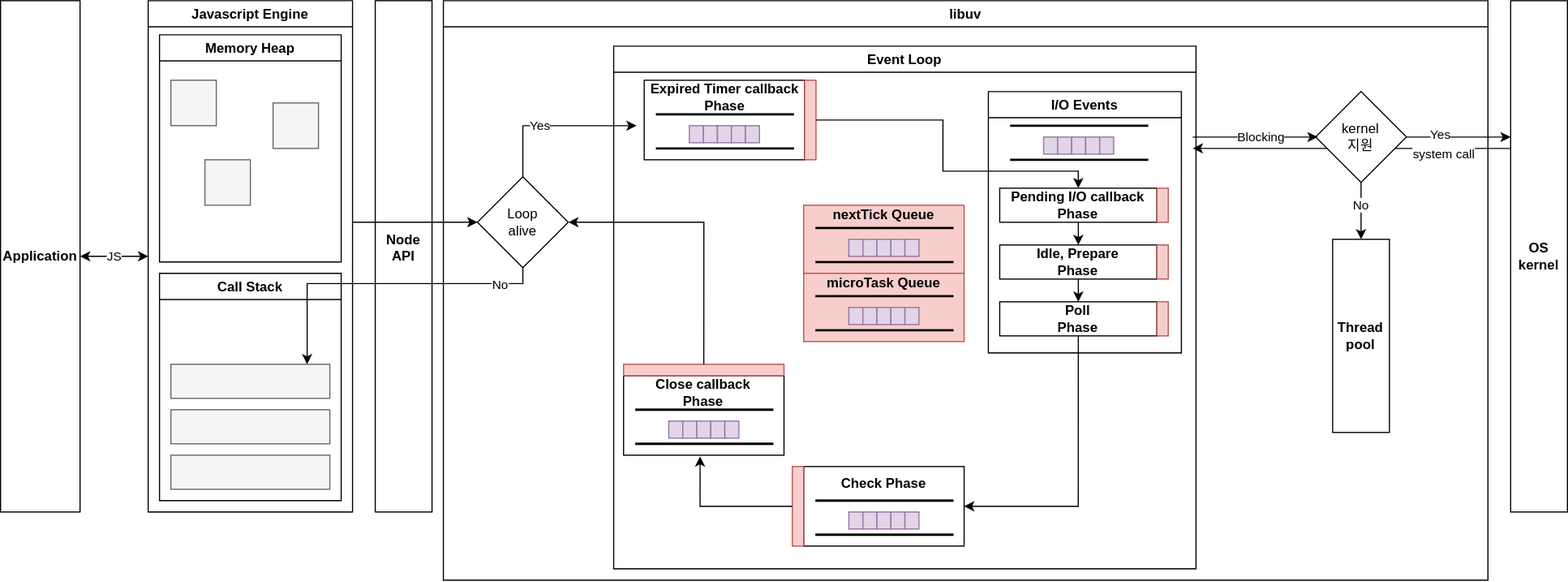
Before: 08/yongki/assets/node.drawio.svg, a diagram exported from draw.io (cs-study-org/cs-study). Source tidied: cells renumbered, new cells last; positions are measured from the earlier drawing's top-left corner, leaving out a move shared by most shapes.
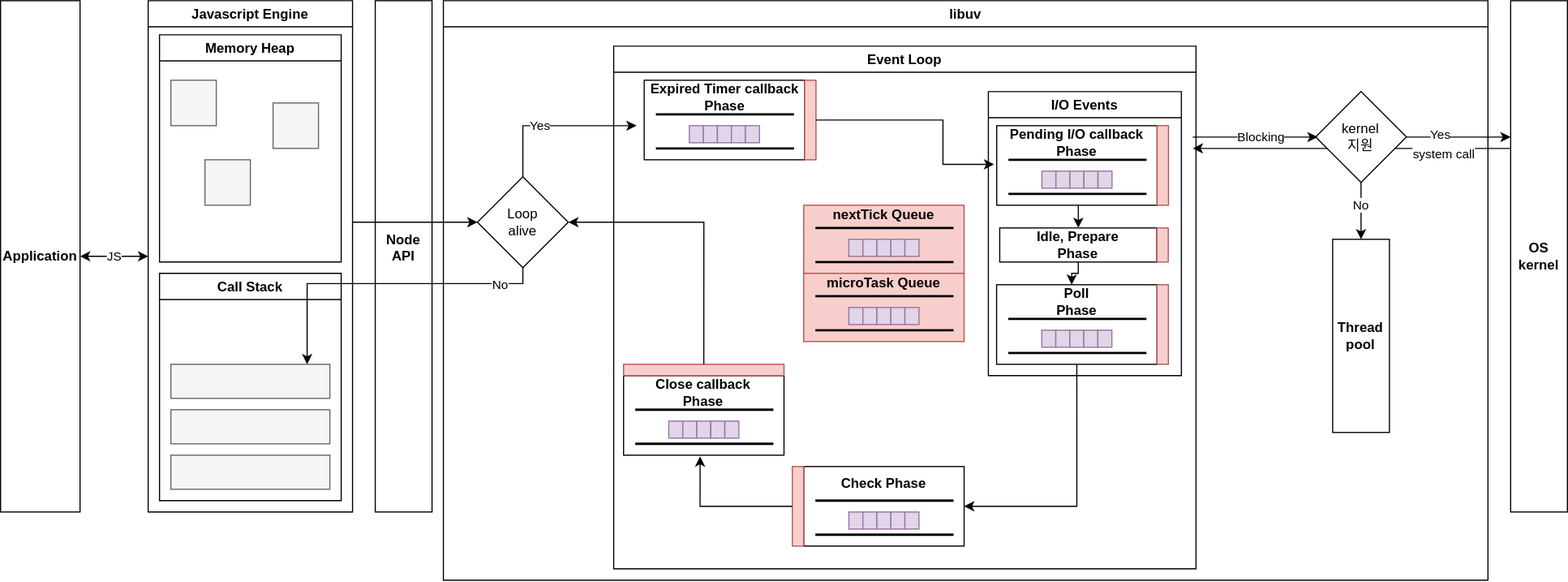
The same diagram one commit later.

Commit message:
:speech_balloon: Update eventloop phase description

Need more poll phase explain

Change to the diagram source:
```diff
@@ -49,47 +49,82 @@
       <mxGeometry x="150" y="40" width="512.9" height="460" as="geometry" />
     </mxCell>
     <mxCell id="16" value="I/O Events" style="swimlane;" parent="15" vertex="1">
-      <mxGeometry x="330" y="40" width="170" height="230" as="geometry" />
+      <mxGeometry x="330" y="40" width="170" height="250" as="geometry" />
     </mxCell>
-    <mxCell id="17" value="&lt;b&gt;Pending I/O callback&lt;br&gt;Phase&lt;br&gt;&lt;/b&gt;" style="rounded=0;whiteSpace=wrap;html=1;" parent="16" vertex="1">
-      <mxGeometry x="10" y="85" width="138.4" height="30" as="geometry" />
-    </mxCell>
     <mxCell id="18" value="&lt;b&gt;Idle, Prepare&lt;br&gt;Phase&lt;br&gt;&lt;/b&gt;" style="rounded=0;whiteSpace=wrap;html=1;" parent="16" vertex="1">
-      <mxGeometry x="10" y="135" width="138.4" height="30" as="geometry" />
+      <mxGeometry x="10" y="120" width="138.4" height="30" as="geometry" />
     </mxCell>
-    <mxCell id="19" value="&lt;b&gt;Poll&lt;br&gt;Phase&lt;br&gt;&lt;/b&gt;" style="rounded=0;whiteSpace=wrap;html=1;" parent="16" vertex="1">
-      <mxGeometry x="10" y="185" width="138.4" height="30" as="geometry" />
-    </mxCell>
-    <mxCell id="20" style="edgeStyle=orthogonalEdgeStyle;rounded=0;html=1;entryX=0.5;entryY=0;entryDx=0;entryDy=0;startArrow=none;startFill=0;endArrow=classic;endFill=1;" parent="16" edge="1" source="17" target="18">
-      <mxGeometry relative="1" as="geometry" />
+    <mxCell id="20" style="edgeStyle=orthogonalEdgeStyle;rounded=0;html=1;entryX=0.5;entryY=0;entryDx=0;entryDy=0;startArrow=none;startFill=0;endArrow=classic;endFill=1;" parent="16" edge="1" target="18">
+      <mxGeometry relative="1" as="geometry">
+        <mxPoint x="79.2" y="100" as="sourcePoint" />
+      </mxGeometry>
     </mxCell>
-    <mxCell id="21" style="edgeStyle=orthogonalEdgeStyle;rounded=0;html=1;entryX=0.5;entryY=0;entryDx=0;entryDy=0;startArrow=none;startFill=0;endArrow=classic;endFill=1;" parent="16" edge="1" source="18" target="19">
+    <mxCell id="21" style="edgeStyle=orthogonalEdgeStyle;rounded=0;html=1;entryX=0.471;entryY=0;entryDx=0;entryDy=0;startArrow=none;startFill=0;endArrow=classic;endFill=1;entryPerimeter=0;" parent="16" edge="1" source="18" target="19">
       <mxGeometry relative="1" as="geometry" />
     </mxCell>
-    <mxCell id="22" style="rounded=0;whiteSpace=wrap;html=1;fillColor=#e1d5e7;strokeColor=#9673a6;" parent="16" vertex="1">
-      <mxGeometry x="48.6" y="40" width="12.3" height="15" as="geometry" />
-    </mxCell>
-    <mxCell id="23" style="rounded=0;whiteSpace=wrap;html=1;fillColor=#e1d5e7;strokeColor=#9673a6;" parent="16" vertex="1">
-      <mxGeometry x="61" y="40" width="12.3" height="15" as="geometry" />
-    </mxCell>
-    <mxCell id="24" style="rounded=0;whiteSpace=wrap;html=1;fillColor=#e1d5e7;strokeColor=#9673a6;" parent="16" vertex="1">
-      <mxGeometry x="73.3" y="40" width="12.3" height="15" as="geometry" />
-    </mxCell>
-    <mxCell id="25" style="rounded=0;whiteSpace=wrap;html=1;fillColor=#e1d5e7;strokeColor=#9673a6;" parent="16" vertex="1">
-      <mxGeometry x="85.7" y="40" width="12.3" height="15" as="geometry" />
-    </mxCell>
-    <mxCell id="26" style="rounded=0;whiteSpace=wrap;html=1;fillColor=#e1d5e7;strokeColor=#9673a6;" parent="16" vertex="1">
-      <mxGeometry x="98" y="40" width="12.3" height="15" as="geometry" />
-    </mxCell>
-    <mxCell id="27" style="shape=partialRectangle;whiteSpace=wrap;html=1;left=0;right=0;fillColor=none;fontFamily=Helvetica;fontSize=20;fontColor=default;strokeColor=default;strokeWidth=2;" parent="16" vertex="1">
-      <mxGeometry x="20.2" y="30" width="119.7" height="30" as="geometry" />
-    </mxCell>
-    <mxCell id="28" style="rounded=0;whiteSpace=wrap;html=1;fillColor=#f8cecc;strokeColor=#b85450;" parent="16" vertex="1">
-      <mxGeometry x="148.4" y="85" width="10" height="30" as="geometry" />
-    </mxCell>
     <mxCell id="29" style="rounded=0;whiteSpace=wrap;html=1;fillColor=#f8cecc;strokeColor=#b85450;" parent="16" vertex="1">
-      <mxGeometry x="148.4" y="135" width="10" height="30" as="geometry" />
+      <mxGeometry x="148.4" y="120" width="10" height="30" as="geometry" />
     </mxCell>
+    <mxCell id="99" style="group;" parent="16" vertex="1">
+      <mxGeometry y="30" width="158.6" height="70" as="geometry" />
+    </mxCell>
+    <mxCell id="100" style="rounded=0;whiteSpace=wrap;html=1;" parent="99" vertex="1">
+      <mxGeometry x="7.3" width="141.3" height="70" as="geometry" />
+    </mxCell>
+    <mxCell id="101" style="rounded=0;whiteSpace=wrap;html=1;fillColor=#f8cecc;strokeColor=#b85450;" parent="99" vertex="1">
+      <mxGeometry x="148.6" width="10" height="70" as="geometry" />
+    </mxCell>
+    <mxCell id="17" value="&lt;b&gt;Pending I/O callback&lt;br&gt;Phase&lt;/b&gt;" style="text;html=1;strokeColor=none;fillColor=none;align=center;verticalAlign=middle;whiteSpace=wrap;rounded=0;" parent="99" vertex="1">
+      <mxGeometry width="156" height="30" as="geometry" />
+    </mxCell>
+    <mxCell id="102" style="rounded=0;whiteSpace=wrap;html=1;fillColor=#e1d5e7;strokeColor=#9673a6;" parent="99" vertex="1">
+      <mxGeometry x="47.1" y="40" width="12.3" height="15" as="geometry" />
+    </mxCell>
+    <mxCell id="103" style="rounded=0;whiteSpace=wrap;html=1;fillColor=#e1d5e7;strokeColor=#9673a6;" parent="99" vertex="1">
+      <mxGeometry x="59.5" y="40" width="12.3" height="15" as="geometry" />
+    </mxCell>
+    <mxCell id="104" style="rounded=0;whiteSpace=wrap;html=1;fillColor=#e1d5e7;strokeColor=#9673a6;" parent="99" vertex="1">
+      <mxGeometry x="71.8" y="40" width="12.3" height="15" as="geometry" />
+    </mxCell>
+    <mxCell id="105" style="rounded=0;whiteSpace=wrap;html=1;fillColor=#e1d5e7;strokeColor=#9673a6;" parent="99" vertex="1">
+      <mxGeometry x="84.2" y="40" width="12.3" height="15" as="geometry" />
+    </mxCell>
+    <mxCell id="106" style="rounded=0;whiteSpace=wrap;html=1;fillColor=#e1d5e7;strokeColor=#9673a6;" parent="99" vertex="1">
+      <mxGeometry x="96.5" y="40" width="12.3" height="15" as="geometry" />
+    </mxCell>
+    <mxCell id="107" style="shape=partialRectangle;whiteSpace=wrap;html=1;left=0;right=0;fillColor=none;fontFamily=Helvetica;fontSize=20;fontColor=default;strokeColor=default;strokeWidth=2;" parent="99" vertex="1">
+      <mxGeometry x="18.6" y="30" width="119.7" height="30" as="geometry" />
+    </mxCell>
+    <mxCell id="108" style="group;" parent="16" vertex="1">
+      <mxGeometry x="-0.1" y="170" width="158.6" height="70" as="geometry" />
+    </mxCell>
+    <mxCell id="109" style="rounded=0;whiteSpace=wrap;html=1;" parent="108" vertex="1">
+      <mxGeometry x="7.3" width="141.3" height="70" as="geometry" />
+    </mxCell>
+    <mxCell id="110" style="rounded=0;whiteSpace=wrap;html=1;fillColor=#f8cecc;strokeColor=#b85450;" parent="108" vertex="1">
+      <mxGeometry x="148.6" width="10" height="70" as="geometry" />
+    </mxCell>
+    <mxCell id="19" value="&lt;b&gt;Poll&lt;br&gt;Phase&lt;/b&gt;" style="text;html=1;strokeColor=none;fillColor=none;align=center;verticalAlign=middle;whiteSpace=wrap;rounded=0;" parent="108" vertex="1">
+      <mxGeometry width="156" height="30" as="geometry" />
+    </mxCell>
+    <mxCell id="111" style="rounded=0;whiteSpace=wrap;html=1;fillColor=#e1d5e7;strokeColor=#9673a6;" parent="108" vertex="1">
+      <mxGeometry x="47.1" y="40" width="12.3" height="15" as="geometry" />
+    </mxCell>
+    <mxCell id="112" style="rounded=0;whiteSpace=wrap;html=1;fillColor=#e1d5e7;strokeColor=#9673a6;" parent="108" vertex="1">
+      <mxGeometry x="59.5" y="40" width="12.3" height="15" as="geometry" />
+    </mxCell>
+    <mxCell id="113" style="rounded=0;whiteSpace=wrap;html=1;fillColor=#e1d5e7;strokeColor=#9673a6;" parent="108" vertex="1">
+      <mxGeometry x="71.8" y="40" width="12.3" height="15" as="geometry" />
+    </mxCell>
+    <mxCell id="114" style="rounded=0;whiteSpace=wrap;html=1;fillColor=#e1d5e7;strokeColor=#9673a6;" parent="108" vertex="1">
+      <mxGeometry x="84.2" y="40" width="12.3" height="15" as="geometry" />
+    </mxCell>
+    <mxCell id="115" style="rounded=0;whiteSpace=wrap;html=1;fillColor=#e1d5e7;strokeColor=#9673a6;" parent="108" vertex="1">
+      <mxGeometry x="96.5" y="40" width="12.3" height="15" as="geometry" />
+    </mxCell>
+    <mxCell id="116" style="shape=partialRectangle;whiteSpace=wrap;html=1;left=0;right=0;fillColor=none;fontFamily=Helvetica;fontSize=20;fontColor=default;strokeColor=default;strokeWidth=2;" parent="108" vertex="1">
+      <mxGeometry x="18.6" y="30" width="119.7" height="30" as="geometry" />
+    </mxCell>
     <mxCell id="30" style="group;" parent="15" vertex="1">
       <mxGeometry x="19.5" y="30" width="158.6" height="70" as="geometry" />
     </mxCell>
@@ -228,16 +263,16 @@
     <mxCell id="75" style="shape=partialRectangle;whiteSpace=wrap;html=1;left=0;right=0;fillColor=none;fontFamily=Helvetica;fontSize=20;fontColor=default;strokeColor=default;strokeWidth=2;" parent="66" vertex="1">
       <mxGeometry x="18.6" y="30" width="119.7" height="30" as="geometry" />
     </mxCell>
-    <mxCell id="76" style="edgeStyle=orthogonalEdgeStyle;rounded=0;html=1;entryX=0.5;entryY=0;entryDx=0;entryDy=0;endArrow=classic;endFill=1;" parent="15" edge="1" source="32" target="17">
+    <mxCell id="76" style="edgeStyle=orthogonalEdgeStyle;rounded=0;html=1;entryX=-0.016;entryY=0.49;entryDx=0;entryDy=0;endArrow=classic;endFill=1;entryPerimeter=0;" parent="15" edge="1" source="32" target="100">
       <mxGeometry relative="1" as="geometry">
         <Array as="points">
           <mxPoint x="290" y="65" />
-          <mxPoint x="290" y="110" />
-          <mxPoint x="409" y="110" />
+          <mxPoint x="290" y="104" />
+          <mxPoint x="335" y="104" />
         </Array>
       </mxGeometry>
     </mxCell>
-    <mxCell id="77" style="edgeStyle=orthogonalEdgeStyle;rounded=0;html=1;endArrow=classic;endFill=1;entryX=1;entryY=0.5;entryDx=0;entryDy=0;exitX=0.5;exitY=1;exitDx=0;exitDy=0;" parent="15" edge="1" source="19" target="67">
+    <mxCell id="77" style="edgeStyle=orthogonalEdgeStyle;rounded=0;html=1;endArrow=classic;endFill=1;entryX=1;entryY=0.5;entryDx=0;entryDy=0;exitX=0.5;exitY=1;exitDx=0;exitDy=0;" parent="15" edge="1" source="109" target="67">
       <mxGeometry relative="1" as="geometry" />
     </mxCell>
     <mxCell id="78" style="edgeStyle=orthogonalEdgeStyle;rounded=0;html=1;entryX=0.477;entryY=1.016;entryDx=0;entryDy=0;entryPerimeter=0;endArrow=classic;endFill=1;" parent="15" edge="1" source="68" target="57">
@@ -283,9 +318,6 @@
     <mxCell id="87" value="No" style="edgeLabel;html=1;align=center;verticalAlign=middle;" parent="86" vertex="1">
       <mxGeometry x="-0.22" y="-1" relative="1" as="geometry" />
     </mxCell>
-    <mxCell id="88" style="rounded=0;whiteSpace=wrap;html=1;fillColor=#f8cecc;strokeColor=#b85450;" parent="14" vertex="1">
-      <mxGeometry x="628.4" y="265" width="10" height="30" as="geometry" />
-    </mxCell>
     <mxCell id="89" style="edgeStyle=orthogonalEdgeStyle;rounded=0;html=1;entryX=1;entryY=0.5;entryDx=0;entryDy=0;endArrow=classic;endFill=1;exitX=0.5;exitY=0;exitDx=0;exitDy=0;" parent="14" edge="1" source="65" target="81">
       <mxGeometry relative="1" as="geometry" />
     </mxCell>
```
